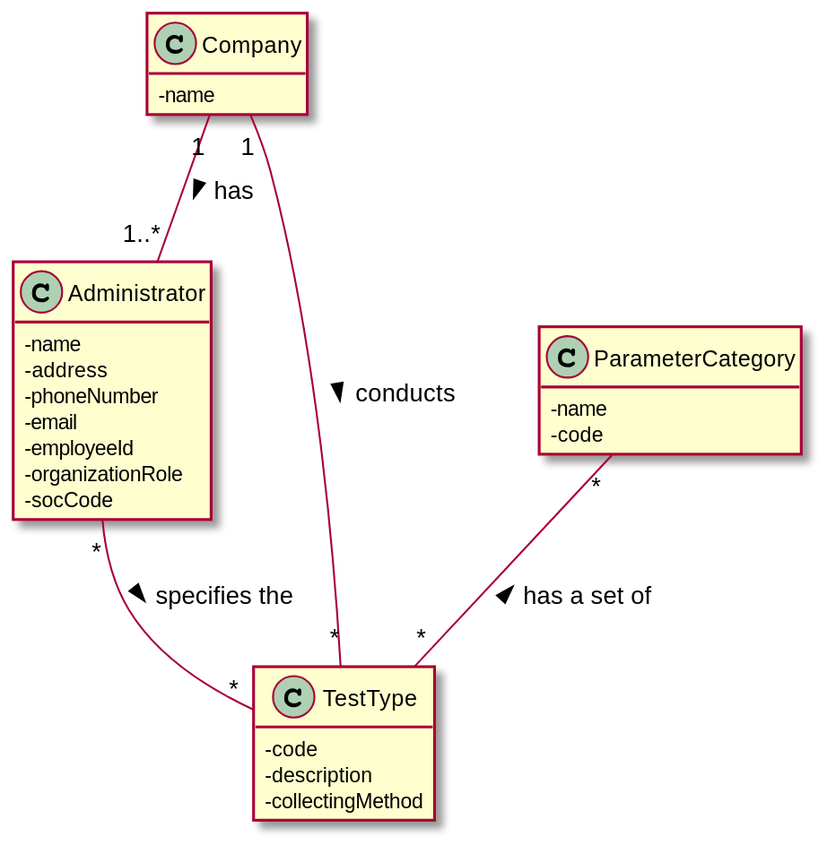
Earlier version of the PlantUML export docs/SprintB/US09/US09_DM.svg (manu-07-ela/LAPR2_ISEP).
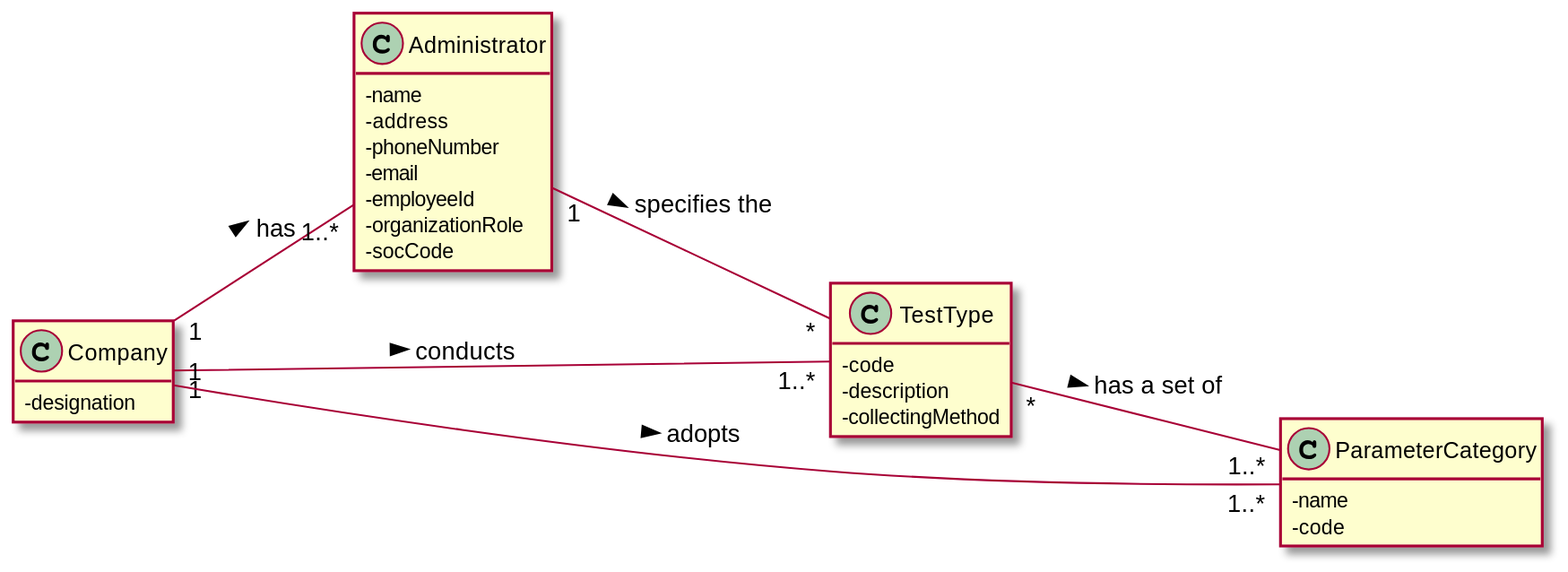
The same diagram one commit later.

What changed in the source:
```diff
@@ -1,9 +1,10 @@
 @startuml
 hide methods
+left to right direction
 skinparam classAttributeIconSize 0
 
 class Company{
--name
+-designation
 }
 
 
@@ -31,8 +32,9 @@
 
 
 Company "1"--"1..*" Administrator : has >
-Company "1"--"*" TestType : conducts >
-Administrator "*"--"*" TestType : specifies the >
-ParameterCategory "*"--"*" TestType : has a set of <
+Company "1"--"1..*" TestType : conducts >
+Company "1"--"1..*" ParameterCategory : adopts >
+Administrator "1"--"*" TestType : specifies the >
+TestType "*"--"1..*" ParameterCategory : has a set of >
 
 @enduml
```
